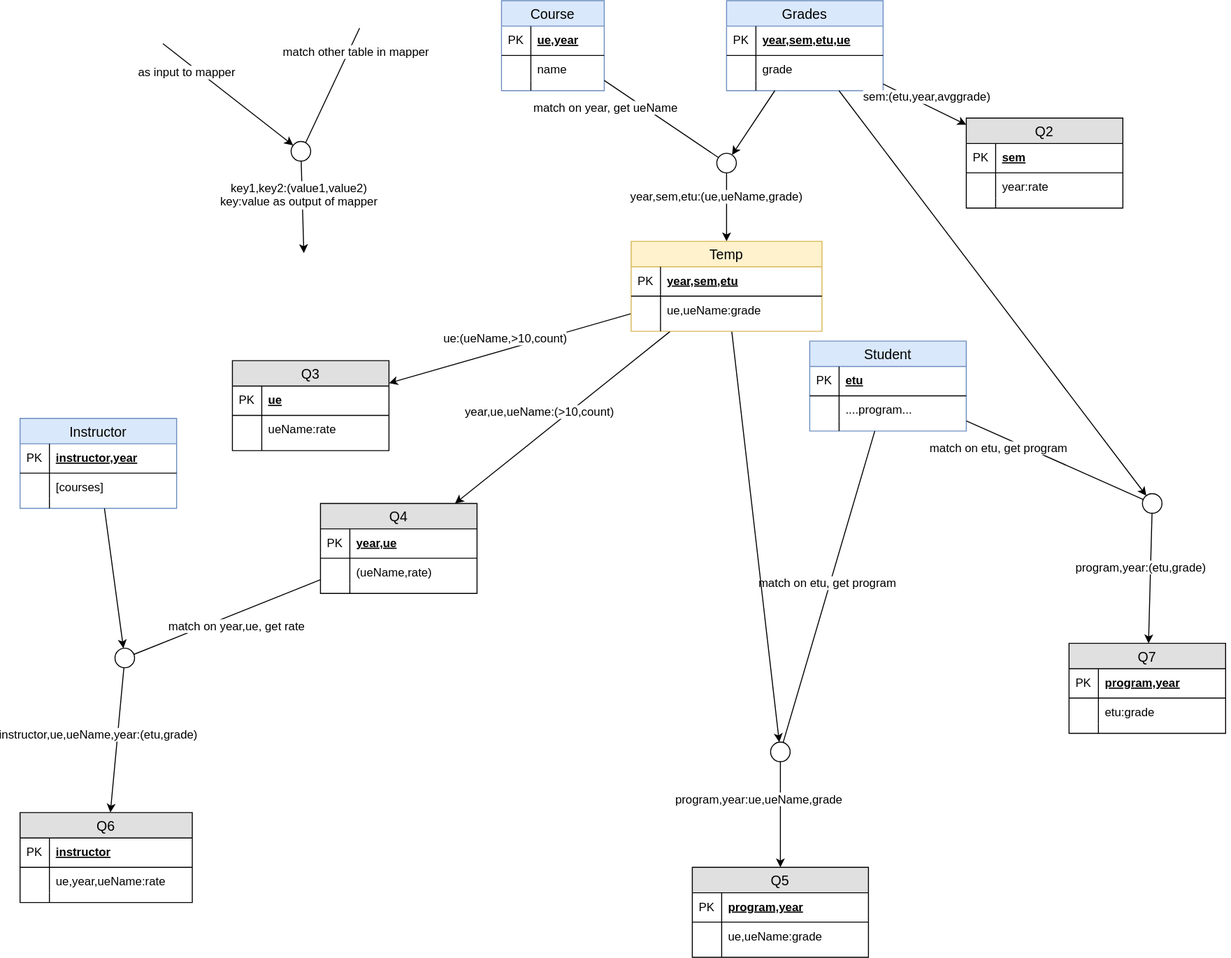
xairon/MapReduce_jobs keeps this draw.io diagram as tables_diagram.svg. Above is the earlier version. Source tidied: cells renumbered, new cells last; positions are measured from the earlier drawing's top-left corner, leaving out a move shared by most shapes.
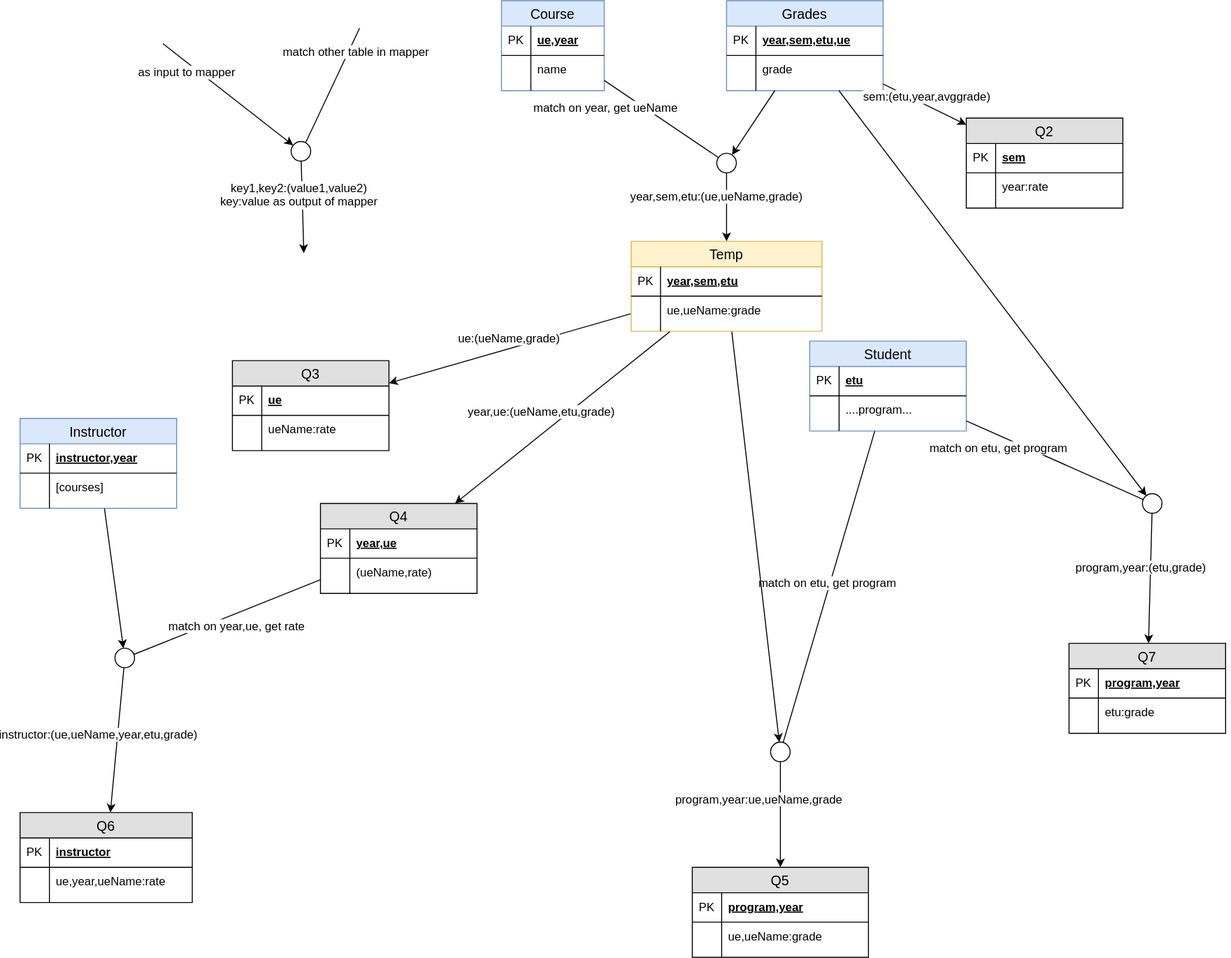
The same file after the commit.

Change to the diagram source:
```diff
@@ -223,7 +223,7 @@
     <mxCell id="74" style="endArrow=classic;html=1;" parent="1" edge="1" source="109" target="16">
       <mxGeometry relative="1" as="geometry" />
     </mxCell>
-    <mxCell id="75" value="ue:(ueName,&amp;gt;10,count)" style="text;html=1;align=center;verticalAlign=middle;labelBackgroundColor=#ffffff;" parent="74" vertex="1">
+    <mxCell id="75" value="ue:(ueName,grade)" style="text;html=1;align=center;verticalAlign=middle;labelBackgroundColor=#ffffff;" parent="74" vertex="1">
       <mxGeometry x="-0.31" y="2" relative="1" as="geometry">
         <mxPoint x="-33" y="-2" as="offset" />
       </mxGeometry>
@@ -253,7 +253,7 @@
     <mxCell id="82" style="endArrow=classic;html=1;" parent="1" edge="1" source="109" target="44">
       <mxGeometry relative="1" as="geometry" />
     </mxCell>
-    <mxCell id="83" value="year,ue,ueName:(&amp;gt;10,count)" style="text;html=1;align=center;verticalAlign=middle;labelBackgroundColor=#ffffff;" parent="82" vertex="1">
+    <mxCell id="83" value="year,ue:(ueName,etu,grade)" style="text;html=1;align=center;verticalAlign=middle;labelBackgroundColor=#ffffff;" parent="82" vertex="1">
       <mxGeometry x="-0.2" y="-3" relative="1" as="geometry">
         <mxPoint x="-31" y="13.5" as="offset" />
       </mxGeometry>
@@ -289,7 +289,7 @@
     <mxCell id="92" style="endArrow=classic;html=1;" parent="1" edge="1" source="91" target="30">
       <mxGeometry relative="1" as="geometry" />
     </mxCell>
-    <mxCell id="93" value="instructor,ue,ueName,year:(etu,grade)" style="text;html=1;align=center;verticalAlign=middle;labelBackgroundColor=#ffffff;" parent="92" vertex="1">
+    <mxCell id="93" value="instructor:(ue,ueName,year,etu,grade)" style="text;html=1;align=center;verticalAlign=middle;labelBackgroundColor=#ffffff;" parent="92" vertex="1">
       <mxGeometry x="-0.25" y="5" relative="1" as="geometry">
         <mxPoint x="-7" y="11" as="offset" />
       </mxGeometry>
```
